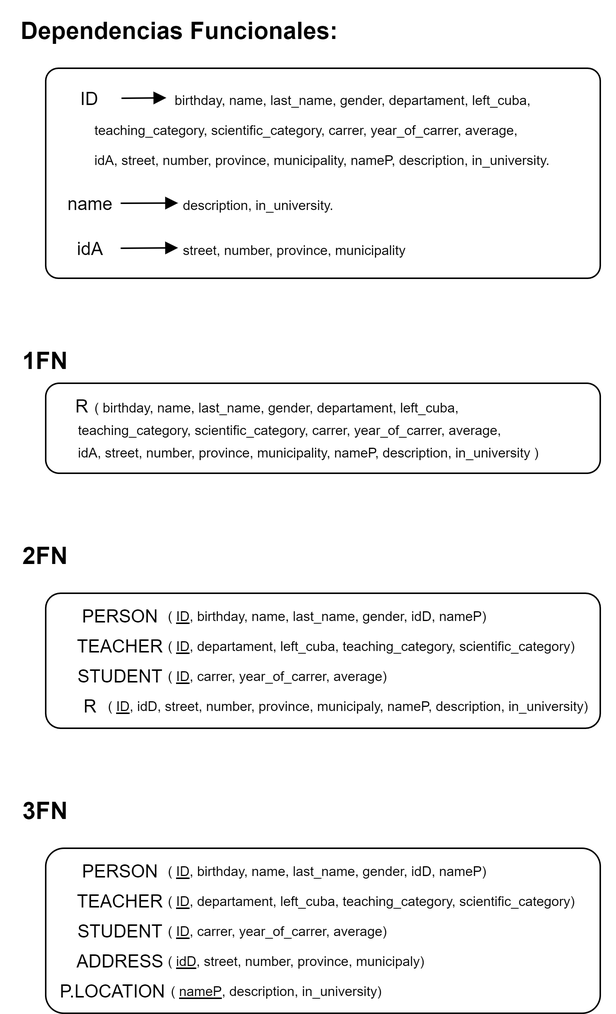
Before: design/Normalizacion.png, a diagram exported from draw.io (albertolicea00/CRUD-PyQt). Source tidied: cells renumbered, new cells last; positions are measured from the earlier drawing's top-left corner, leaving out a move shared by most shapes.
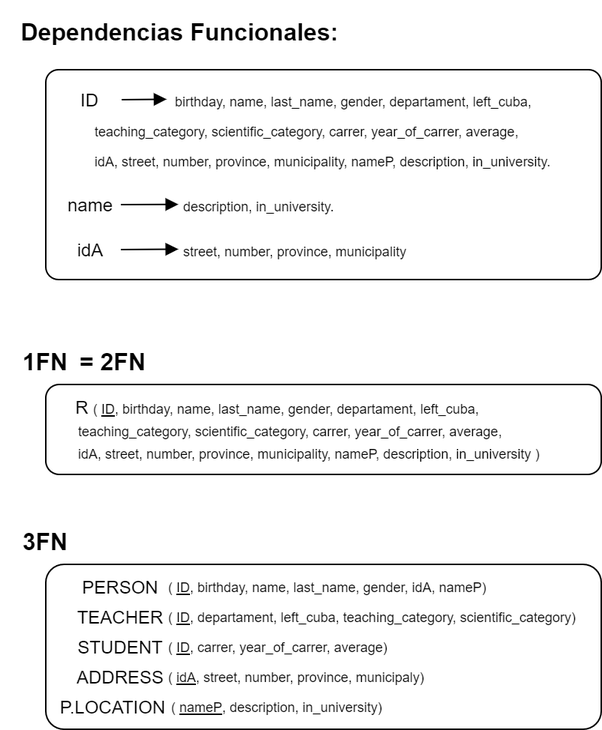
After the commit.

Change to the diagram source:
```diff
@@ -3,40 +3,37 @@
     <mxCell id="0" />
     <mxCell id="1" parent="0" />
     <mxCell id="2" style="group;" parent="1" vertex="1">
-      <mxGeometry x="30" y="250" width="370" height="60" as="geometry" />
+      <mxGeometry x="30" y="440" width="370" height="60" as="geometry" />
     </mxCell>
     <mxCell id="3" style="rounded=1;whiteSpace=wrap;html=1;fontSize=9;" parent="2" vertex="1">
       <mxGeometry width="370" height="60" as="geometry" />
     </mxCell>
-    <mxCell id="4" style="group;" parent="2" vertex="1">
-      <mxGeometry x="10" width="360" height="55" as="geometry" />
-    </mxCell>
-    <mxCell id="5" value="&lt;p class=&quot;MsoNormal&quot;&gt;&lt;span style=&quot;font-family: &amp;#34;arial&amp;#34; ; font-size: 9px&quot;&gt;( birthday, name, last_name, gender, departament, left_cuba,&lt;/span&gt;&lt;br&gt;&lt;/p&gt;" style="text;html=1;strokeColor=none;fillColor=none;align=left;verticalAlign=middle;whiteSpace=wrap;rounded=0;fontSize=12;" parent="4" vertex="1">
-      <mxGeometry x="20.8" width="287.8" height="30" as="geometry" />
+    <mxCell id="5" value="&lt;p class=&quot;MsoNormal&quot;&gt;&lt;span style=&quot;font-family: &amp;#34;arial&amp;#34; ; font-size: 9px&quot;&gt;( &lt;u&gt;ID&lt;/u&gt;, birthday, name, last_name, gender, departament, left_cuba,&lt;/span&gt;&lt;br&gt;&lt;/p&gt;" style="text;html=1;strokeColor=none;fillColor=none;align=left;verticalAlign=middle;whiteSpace=wrap;rounded=0;fontSize=12;" parent="2" vertex="1">
+      <mxGeometry x="29.8" width="287.8" height="30" as="geometry" />
     </mxCell>
-    <mxCell id="6" value="&lt;p class=&quot;MsoNormal&quot;&gt;&lt;span style=&quot;font-family: &amp;#34;arial&amp;#34; ; font-size: 9px&quot;&gt;teaching_category, scientific_category, carrer, year_of_carrer, average,&lt;/span&gt;&lt;br&gt;&lt;/p&gt;" style="text;html=1;strokeColor=none;fillColor=none;align=left;verticalAlign=middle;whiteSpace=wrap;rounded=0;fontSize=12;" parent="4" vertex="1">
-      <mxGeometry x="10" y="20" width="339.2" height="20" as="geometry" />
+    <mxCell id="6" value="&lt;span style=&quot;font-family: &amp;#34;arial&amp;#34; ; font-size: 9px&quot;&gt;teaching_category, scientific_category, carrer, year_of_carrer, average,&lt;/span&gt;&lt;span style=&quot;font-size: 9px ; font-family: &amp;#34;arial&amp;#34;&quot;&gt;&lt;br&gt;&lt;/span&gt;" style="text;html=1;strokeColor=none;fillColor=none;align=left;verticalAlign=middle;whiteSpace=wrap;rounded=0;fontSize=12;" parent="2" vertex="1">
+      <mxGeometry x="20" y="20" width="329.2" height="20" as="geometry" />
     </mxCell>
-    <mxCell id="7" value="&lt;p class=&quot;MsoNormal&quot;&gt;&lt;span style=&quot;font-family: &amp;#34;arial&amp;#34; ; font-size: 9px&quot;&gt;idA, street, number, province, municipality, nameP, description, in_university )&lt;/span&gt;&lt;br&gt;&lt;/p&gt;" style="text;html=1;strokeColor=none;fillColor=none;align=left;verticalAlign=middle;whiteSpace=wrap;rounded=0;fontSize=12;" parent="4" vertex="1">
-      <mxGeometry x="10" y="40" width="339.2" height="10" as="geometry" />
+    <mxCell id="7" value="&lt;p class=&quot;MsoNormal&quot;&gt;&lt;span style=&quot;font-family: &amp;#34;arial&amp;#34; ; font-size: 9px&quot;&gt;idA, street, number, province, municipality, nameP, description, in_university )&lt;/span&gt;&lt;br&gt;&lt;/p&gt;" style="text;html=1;strokeColor=none;fillColor=none;align=left;verticalAlign=middle;whiteSpace=wrap;rounded=0;fontSize=12;" parent="2" vertex="1">
+      <mxGeometry x="20" y="40" width="339.2" height="10" as="geometry" />
     </mxCell>
-    <mxCell id="8" style="group;" parent="4" vertex="1">
-      <mxGeometry width="29.2" height="30" as="geometry" />
+    <mxCell id="8" style="group;" parent="2" vertex="1">
+      <mxGeometry x="10" width="29.2" height="30" as="geometry" />
     </mxCell>
     <mxCell id="9" value="R" style="text;html=1;strokeColor=none;fillColor=none;align=center;verticalAlign=middle;whiteSpace=wrap;rounded=0;fontSize=12;" parent="8" vertex="1">
       <mxGeometry width="29.2" height="30" as="geometry" />
     </mxCell>
     <mxCell id="10" value="&lt;p class=&quot;MsoNormal&quot; align=&quot;justify&quot; style=&quot;text-align: justify ; line-height: 150%&quot;&gt;&lt;b&gt;&lt;span style=&quot;font-family: &amp;quot;arial&amp;quot; ; line-height: 150% ; font-weight: bold ; font-size: 12.0000pt&quot;&gt;Dependencias Funcionales:&lt;/span&gt;&lt;/b&gt;&lt;b&gt;&lt;span style=&quot;font-family: &amp;quot;arial&amp;quot; ; line-height: 150% ; font-weight: bold ; font-size: 12.0000pt&quot;&gt;&lt;/span&gt;&lt;/b&gt;&lt;/p&gt;" style="text;html=1;strokeColor=none;fillColor=none;align=center;verticalAlign=middle;whiteSpace=wrap;rounded=0;fontSize=9;" parent="1" vertex="1">
-      <mxGeometry width="239.4" height="30" as="geometry" />
+      <mxGeometry y="190" width="239.4" height="30" as="geometry" />
     </mxCell>
     <mxCell id="11" value="&lt;p class=&quot;MsoNormal&quot; style=&quot;text-align: left ; line-height: 150%&quot;&gt;&lt;b&gt;&lt;span style=&quot;font-family: &amp;#34;arial&amp;#34; ; line-height: 150% ; font-weight: bold ; font-size: 12.0000pt&quot;&gt;1FN&lt;/span&gt;&lt;/b&gt;&lt;b&gt;&lt;span style=&quot;font-family: &amp;#34;arial&amp;#34; ; line-height: 150% ; font-weight: bold ; font-size: 12.0000pt&quot;&gt;&lt;/span&gt;&lt;/b&gt;&lt;/p&gt;" style="text;html=1;strokeColor=none;fillColor=none;align=center;verticalAlign=middle;whiteSpace=wrap;rounded=0;fontSize=9;" parent="1" vertex="1">
-      <mxGeometry y="220" width="60" height="30" as="geometry" />
+      <mxGeometry y="410" width="60" height="30" as="geometry" />
     </mxCell>
-    <mxCell id="12" value="&lt;p class=&quot;MsoNormal&quot; style=&quot;text-align: left ; line-height: 150%&quot;&gt;&lt;b&gt;&lt;span style=&quot;font-family: &amp;#34;arial&amp;#34; ; line-height: 150% ; font-weight: bold ; font-size: 12.0000pt&quot;&gt;2FN&lt;/span&gt;&lt;/b&gt;&lt;b&gt;&lt;span style=&quot;font-family: &amp;#34;arial&amp;#34; ; line-height: 150% ; font-weight: bold ; font-size: 12.0000pt&quot;&gt;&lt;/span&gt;&lt;/b&gt;&lt;/p&gt;" style="text;html=1;strokeColor=none;fillColor=none;align=center;verticalAlign=middle;whiteSpace=wrap;rounded=0;fontSize=9;" parent="1" vertex="1">
-      <mxGeometry y="350" width="60" height="30" as="geometry" />
+    <mxCell id="12" value="&lt;p class=&quot;MsoNormal&quot; style=&quot;text-align: left ; line-height: 150%&quot;&gt;&lt;b&gt;&lt;span style=&quot;font-family: &amp;#34;arial&amp;#34; ; line-height: 150% ; font-weight: bold ; font-size: 12.0000pt&quot;&gt;= 2FN&lt;/span&gt;&lt;/b&gt;&lt;b&gt;&lt;span style=&quot;font-family: &amp;#34;arial&amp;#34; ; line-height: 150% ; font-weight: bold ; font-size: 12.0000pt&quot;&gt;&lt;/span&gt;&lt;/b&gt;&lt;/p&gt;" style="text;html=1;strokeColor=none;fillColor=none;align=center;verticalAlign=middle;whiteSpace=wrap;rounded=0;fontSize=9;" parent="1" vertex="1">
+      <mxGeometry x="45" y="410" width="60" height="30" as="geometry" />
     </mxCell>
     <mxCell id="13" style="group;" parent="1" vertex="1">
-      <mxGeometry x="30" y="40" width="370" height="140" as="geometry" />
+      <mxGeometry x="30" y="230" width="370" height="140" as="geometry" />
     </mxCell>
     <mxCell id="14" style="rounded=1;whiteSpace=wrap;html=1;fontSize=9;arcSize=6;" parent="13" vertex="1">
       <mxGeometry width="370" height="140" as="geometry" />
@@ -89,59 +86,8 @@
     <mxCell id="30" value="&lt;p class=&quot;MsoNormal&quot;&gt;&lt;span style=&quot;font-family: &amp;#34;arial&amp;#34;&quot;&gt;&lt;font style=&quot;font-size: 9px&quot;&gt;street, number, province, municipality&lt;/font&gt;&lt;/span&gt;&lt;/p&gt;" style="text;html=1;strokeColor=none;fillColor=none;align=left;verticalAlign=middle;whiteSpace=wrap;rounded=0;fontSize=12;" parent="26" vertex="1">
       <mxGeometry x="70" y="10" width="280" height="20" as="geometry" />
     </mxCell>
-    <mxCell id="31" style="group;" parent="1" vertex="1">
-      <mxGeometry x="30" y="390" width="380" height="90" as="geometry" />
-    </mxCell>
-    <mxCell id="32" style="rounded=1;whiteSpace=wrap;html=1;fontSize=9;arcSize=11;" parent="31" vertex="1">
-      <mxGeometry width="370" height="90" as="geometry" />
-    </mxCell>
-    <mxCell id="33" style="group;" parent="31" vertex="1">
-      <mxGeometry x="20" width="347.8" height="30" as="geometry" />
-    </mxCell>
-    <mxCell id="34" value="&lt;p class=&quot;MsoNormal&quot; style=&quot;font-size: 9px&quot;&gt;&lt;span style=&quot;font-family: &amp;#34;arial&amp;#34; ; font-size: 9px&quot;&gt;(&amp;nbsp;&lt;/span&gt;&lt;u&gt;&lt;span style=&quot;font-family: &amp;#34;arial&amp;#34;&quot;&gt;ID&lt;/span&gt;&lt;/u&gt;&lt;span style=&quot;font-family: &amp;#34;arial&amp;#34;&quot;&gt;, birthday, name, last_name, gender, idD, nameP&lt;/span&gt;&lt;span style=&quot;font-family: &amp;#34;arial&amp;#34; ; font-size: 9px&quot;&gt;)&lt;/span&gt;&lt;/p&gt;" style="text;html=1;strokeColor=none;fillColor=none;align=left;verticalAlign=middle;whiteSpace=wrap;rounded=0;fontSize=12;" parent="33" vertex="1">
-      <mxGeometry x="60" width="287.8" height="30" as="geometry" />
-    </mxCell>
-    <mxCell id="35" style="group;" parent="33" vertex="1">
-      <mxGeometry width="60" height="30" as="geometry" />
-    </mxCell>
-    <mxCell id="36" value="PERSON" style="text;html=1;strokeColor=none;fillColor=none;align=center;verticalAlign=middle;whiteSpace=wrap;rounded=0;fontSize=12;" parent="35" vertex="1">
-      <mxGeometry width="60" height="30" as="geometry" />
-    </mxCell>
-    <mxCell id="37" style="group;" parent="31" vertex="1">
-      <mxGeometry x="20" y="20" width="347.8" height="30" as="geometry" />
-    </mxCell>
-    <mxCell id="38" value="&lt;p class=&quot;MsoNormal&quot; style=&quot;font-size: 9px&quot;&gt;&lt;span style=&quot;font-family: &amp;#34;arial&amp;#34; ; font-size: 9px&quot;&gt;(&amp;nbsp;&lt;/span&gt;&lt;u&gt;&lt;span style=&quot;font-family: &amp;#34;arial&amp;#34;&quot;&gt;ID&lt;/span&gt;&lt;/u&gt;&lt;span style=&quot;font-family: &amp;#34;arial&amp;#34;&quot;&gt;, departament, left_cuba, teaching_category, scientific_category&lt;/span&gt;&lt;span style=&quot;font-family: &amp;#34;arial&amp;#34;&quot;&gt;)&lt;/span&gt;&lt;/p&gt;" style="text;html=1;strokeColor=none;fillColor=none;align=left;verticalAlign=middle;whiteSpace=wrap;rounded=0;fontSize=12;" parent="37" vertex="1">
-      <mxGeometry x="60" width="287.8" height="30" as="geometry" />
-    </mxCell>
-    <mxCell id="39" style="group;" parent="37" vertex="1">
-      <mxGeometry width="60" height="30" as="geometry" />
-    </mxCell>
-    <mxCell id="40" value="TEACHER" style="text;html=1;strokeColor=none;fillColor=none;align=center;verticalAlign=middle;whiteSpace=wrap;rounded=0;fontSize=12;" parent="39" vertex="1">
-      <mxGeometry width="60" height="30" as="geometry" />
-    </mxCell>
-    <mxCell id="41" style="group;" parent="31" vertex="1">
-      <mxGeometry x="20" y="40" width="347.8" height="30" as="geometry" />
-    </mxCell>
-    <mxCell id="42" value="&lt;p class=&quot;MsoNormal&quot; style=&quot;font-size: 9px&quot;&gt;&lt;span style=&quot;font-family: &amp;#34;arial&amp;#34; ; font-size: 9px&quot;&gt;(&amp;nbsp;&lt;/span&gt;&lt;u&gt;&lt;span style=&quot;font-family: &amp;#34;arial&amp;#34;&quot;&gt;ID&lt;/span&gt;&lt;/u&gt;&lt;span style=&quot;font-family: &amp;#34;arial&amp;#34;&quot;&gt;, carrer, year_of_carrer, average&lt;/span&gt;&lt;span style=&quot;font-family: &amp;#34;arial&amp;#34;&quot;&gt;)&lt;/span&gt;&lt;/p&gt;" style="text;html=1;strokeColor=none;fillColor=none;align=left;verticalAlign=middle;whiteSpace=wrap;rounded=0;fontSize=12;" parent="41" vertex="1">
-      <mxGeometry x="60" width="287.8" height="30" as="geometry" />
-    </mxCell>
-    <mxCell id="43" style="group;" parent="41" vertex="1">
-      <mxGeometry width="60" height="30" as="geometry" />
-    </mxCell>
-    <mxCell id="44" value="STUDENT" style="text;html=1;strokeColor=none;fillColor=none;align=center;verticalAlign=middle;whiteSpace=wrap;rounded=0;fontSize=12;" parent="43" vertex="1">
-      <mxGeometry width="60" height="30" as="geometry" />
-    </mxCell>
-    <mxCell id="45" style="group;" parent="31" vertex="1">
-      <mxGeometry x="20" y="60" width="360" height="30" as="geometry" />
-    </mxCell>
-    <mxCell id="46" value="&lt;p class=&quot;MsoNormal&quot; style=&quot;font-size: 9px&quot;&gt;&lt;span style=&quot;font-family: &amp;#34;arial&amp;#34; ; font-size: 9px&quot;&gt;(&amp;nbsp;&lt;/span&gt;&lt;u&gt;&lt;span style=&quot;font-family: &amp;#34;arial&amp;#34;&quot;&gt;ID&lt;/span&gt;&lt;/u&gt;&lt;span style=&quot;font-family: &amp;#34;arial&amp;#34;&quot;&gt;, idD, street, number, province, municipaly, nameP, description, in_university&lt;/span&gt;&lt;span style=&quot;font-family: &amp;#34;arial&amp;#34;&quot;&gt;)&lt;/span&gt;&lt;/p&gt;" style="text;html=1;strokeColor=none;fillColor=none;align=left;verticalAlign=middle;whiteSpace=wrap;rounded=0;fontSize=12;" parent="45" vertex="1">
-      <mxGeometry x="20" width="340" height="30" as="geometry" />
-    </mxCell>
-    <mxCell id="47" value="R" style="text;html=1;strokeColor=none;fillColor=none;align=center;verticalAlign=middle;whiteSpace=wrap;rounded=0;fontSize=12;" parent="45" vertex="1">
-      <mxGeometry width="20" height="30" as="geometry" />
-    </mxCell>
     <mxCell id="48" value="&lt;p class=&quot;MsoNormal&quot; style=&quot;text-align: left ; line-height: 150%&quot;&gt;&lt;b&gt;&lt;span style=&quot;font-family: &amp;#34;arial&amp;#34; ; line-height: 150% ; font-weight: bold ; font-size: 12.0000pt&quot;&gt;3FN&lt;/span&gt;&lt;/b&gt;&lt;b&gt;&lt;span style=&quot;font-family: &amp;#34;arial&amp;#34; ; line-height: 150% ; font-weight: bold ; font-size: 12.0000pt&quot;&gt;&lt;/span&gt;&lt;/b&gt;&lt;/p&gt;" style="text;html=1;strokeColor=none;fillColor=none;align=center;verticalAlign=middle;whiteSpace=wrap;rounded=0;fontSize=9;" parent="1" vertex="1">
-      <mxGeometry y="520" width="60" height="30" as="geometry" />
+      <mxGeometry y="530" width="60" height="30" as="geometry" />
     </mxCell>
     <mxCell id="49" style="rounded=1;whiteSpace=wrap;html=1;fontSize=9;arcSize=11;" parent="1" vertex="1">
       <mxGeometry x="30" y="560" width="370" height="110" as="geometry" />
@@ -149,7 +95,7 @@
     <mxCell id="50" style="group;" parent="1" vertex="1">
       <mxGeometry x="50" y="560" width="347.8" height="30" as="geometry" />
     </mxCell>
-    <mxCell id="51" value="&lt;p class=&quot;MsoNormal&quot; style=&quot;font-size: 9px&quot;&gt;&lt;span style=&quot;font-family: &amp;#34;arial&amp;#34; ; font-size: 9px&quot;&gt;(&amp;nbsp;&lt;/span&gt;&lt;u&gt;&lt;span style=&quot;font-family: &amp;#34;arial&amp;#34;&quot;&gt;ID&lt;/span&gt;&lt;/u&gt;&lt;span style=&quot;font-family: &amp;#34;arial&amp;#34;&quot;&gt;, birthday, name, last_name, gender, idD, nameP&lt;/span&gt;&lt;span style=&quot;font-family: &amp;#34;arial&amp;#34; ; font-size: 9px&quot;&gt;)&lt;/span&gt;&lt;/p&gt;" style="text;html=1;strokeColor=none;fillColor=none;align=left;verticalAlign=middle;whiteSpace=wrap;rounded=0;fontSize=12;" parent="50" vertex="1">
+    <mxCell id="51" value="&lt;p class=&quot;MsoNormal&quot; style=&quot;font-size: 9px&quot;&gt;&lt;span style=&quot;font-family: &amp;#34;arial&amp;#34; ; font-size: 9px&quot;&gt;(&amp;nbsp;&lt;/span&gt;&lt;u&gt;&lt;span style=&quot;font-family: &amp;#34;arial&amp;#34;&quot;&gt;ID&lt;/span&gt;&lt;/u&gt;&lt;span style=&quot;font-family: &amp;#34;arial&amp;#34;&quot;&gt;, birthday, name, last_name, gender, idA, nameP&lt;/span&gt;&lt;span style=&quot;font-family: &amp;#34;arial&amp;#34; ; font-size: 9px&quot;&gt;)&lt;/span&gt;&lt;/p&gt;" style="text;html=1;strokeColor=none;fillColor=none;align=left;verticalAlign=middle;whiteSpace=wrap;rounded=0;fontSize=12;" parent="50" vertex="1">
       <mxGeometry x="60" width="287.8" height="30" as="geometry" />
     </mxCell>
     <mxCell id="52" style="group;" parent="50" vertex="1">
@@ -185,7 +131,7 @@
     <mxCell id="62" style="group;" parent="1" vertex="1">
       <mxGeometry x="50" y="620" width="347.8" height="30" as="geometry" />
     </mxCell>
-    <mxCell id="63" value="&lt;p class=&quot;MsoNormal&quot; style=&quot;font-size: 9px&quot;&gt;&lt;span style=&quot;font-family: &amp;#34;arial&amp;#34; ; font-size: 9px&quot;&gt;(&amp;nbsp;&lt;/span&gt;&lt;u&gt;&lt;span style=&quot;font-family: &amp;#34;arial&amp;#34;&quot;&gt;idD&lt;/span&gt;&lt;/u&gt;&lt;span style=&quot;font-family: &amp;#34;arial&amp;#34;&quot;&gt;, street, number, province, municipaly&lt;/span&gt;&lt;span style=&quot;font-family: &amp;#34;arial&amp;#34;&quot;&gt;)&lt;/span&gt;&lt;/p&gt;" style="text;html=1;strokeColor=none;fillColor=none;align=left;verticalAlign=middle;whiteSpace=wrap;rounded=0;fontSize=12;" parent="62" vertex="1">
+    <mxCell id="63" value="&lt;p class=&quot;MsoNormal&quot; style=&quot;font-size: 9px&quot;&gt;&lt;span style=&quot;font-family: &amp;#34;arial&amp;#34; ; font-size: 9px&quot;&gt;(&amp;nbsp;&lt;/span&gt;&lt;u&gt;&lt;span style=&quot;font-family: &amp;#34;arial&amp;#34;&quot;&gt;idA&lt;/span&gt;&lt;/u&gt;&lt;span style=&quot;font-family: &amp;#34;arial&amp;#34;&quot;&gt;, street, number, province, municipaly&lt;/span&gt;&lt;span style=&quot;font-family: &amp;#34;arial&amp;#34;&quot;&gt;)&lt;/span&gt;&lt;/p&gt;" style="text;html=1;strokeColor=none;fillColor=none;align=left;verticalAlign=middle;whiteSpace=wrap;rounded=0;fontSize=12;" parent="62" vertex="1">
       <mxGeometry x="60" width="287.8" height="30" as="geometry" />
     </mxCell>
     <mxCell id="64" style="group;" parent="62" vertex="1">
```
